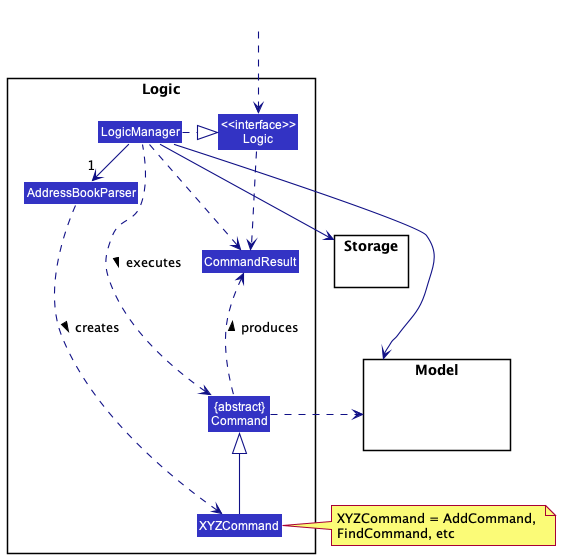
Before: docs/images/LogicClassDiagram.png, a diagram exported from PlantUML (nus-cs2103-AY2223S2/tp).
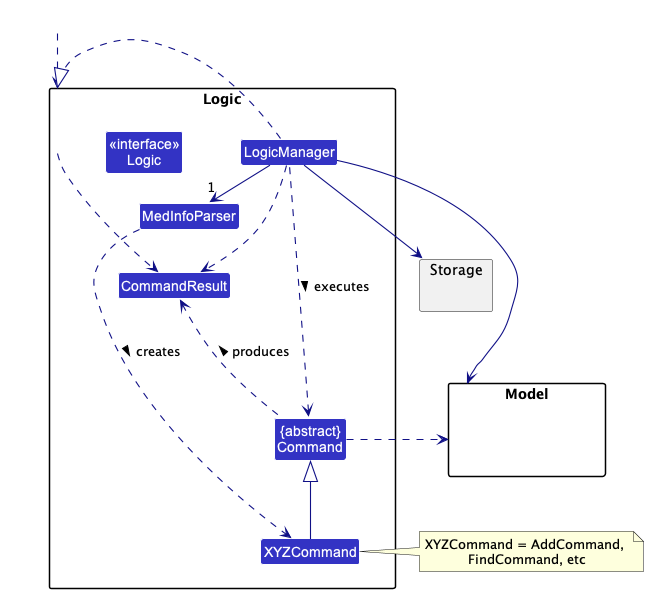
Later version of the same file.

Diff of the diagram source:
```diff
@@ -6,7 +6,7 @@
 
 package Logic {
 
-Class AddressBookParser
+Class MedInfoParser
 Class XYZCommand
 Class CommandResult
 Class "{abstract}\nCommand" as Command
@@ -27,8 +27,8 @@
 HiddenOutside ..> Logic
 
 LogicManager .right.|> Logic
-LogicManager -right->"1" AddressBookParser
-AddressBookParser ..> XYZCommand : creates >
+LogicManager -right->"1" MedInfoParser
+MedInfoParser ..> XYZCommand : creates >
 
 XYZCommand -up-|> Command
 LogicManager .left.> Command : executes >
```
